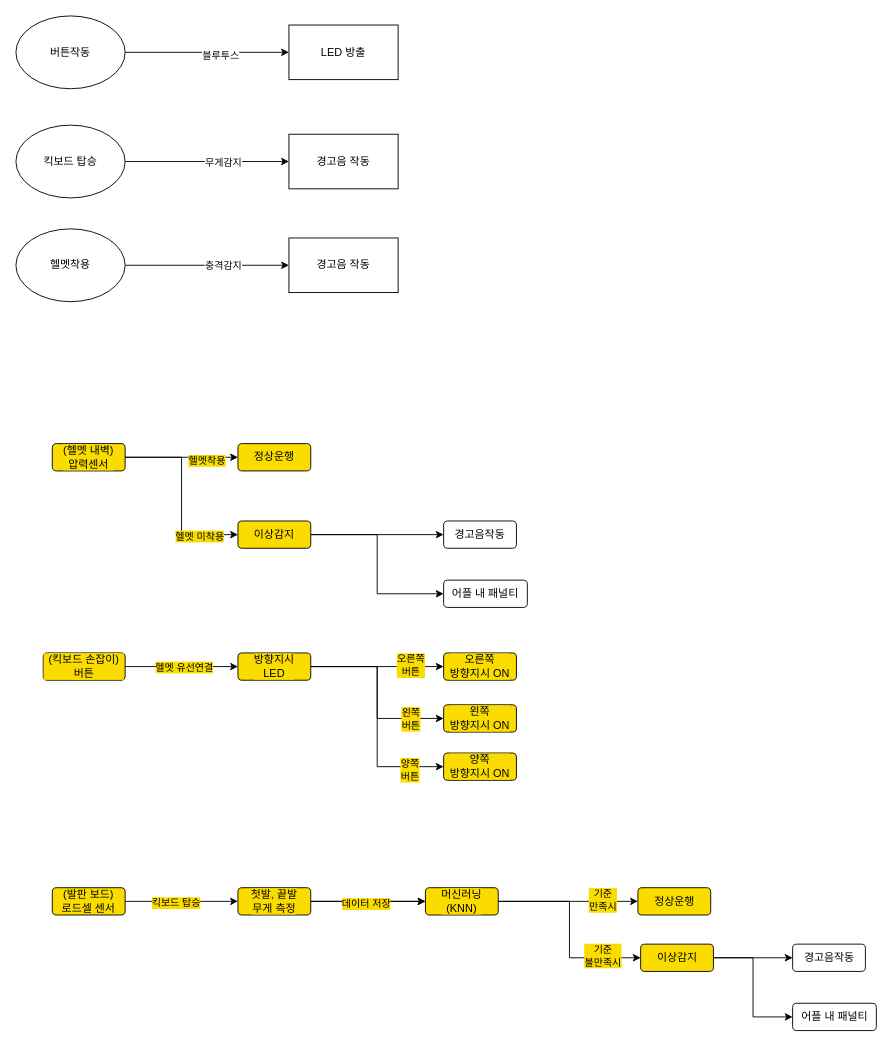
Before: 핵심프로젝트 서비스흐름도 1차.drawio in uwlsl4254/leetCode, a draw.io diagram. Source tidied: cells renumbered, new cells numbered last; positions are measured from the earlier drawing's top-left corner, leaving out a move shared by most shapes. Both pictures are drawn from the tidied source at 91%, with x=0, y=0 at pixel (15, 15).
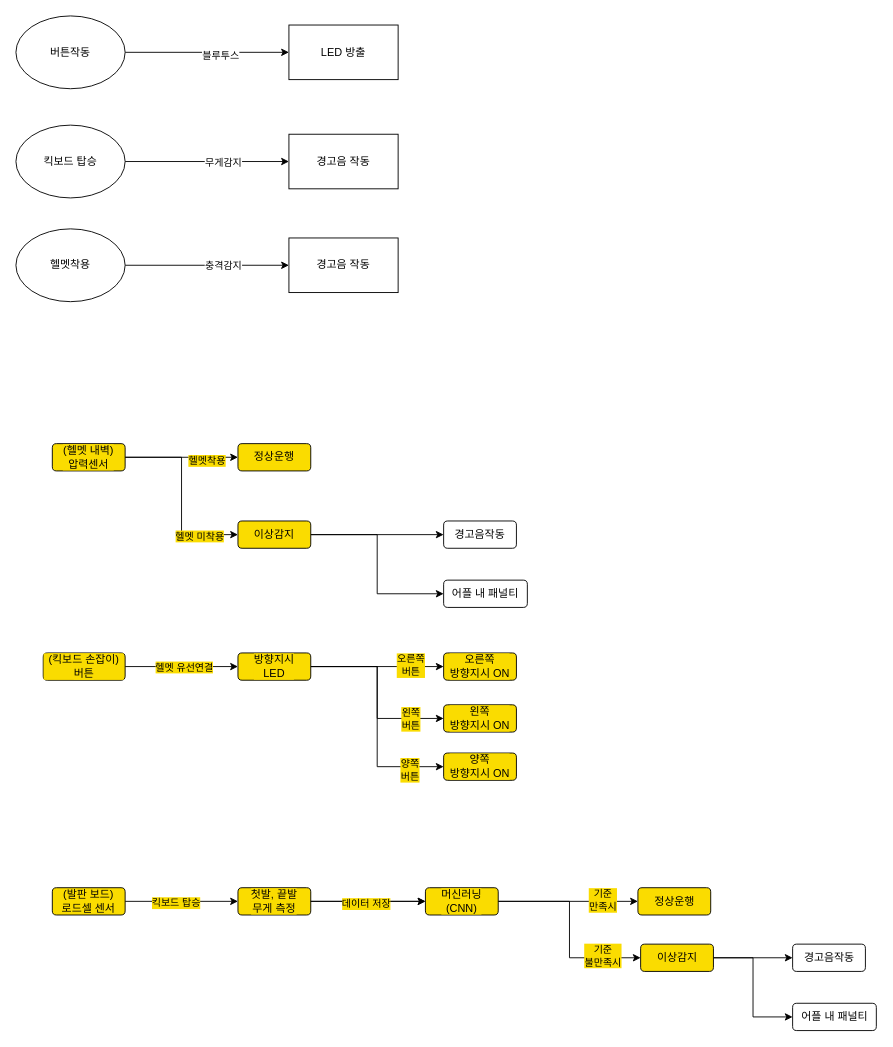
The same page after the edit.

Commit message:
핵심프로젝트 서비스흐름도 1차.drawio 업데이트

Diff of the diagram source:
```diff
@@
-    <mxCell id="55" value="머신러닝&lt;br&gt;(KNN)" style="rounded=1;whiteSpace=wrap;html=1;labelBackgroundColor=#FADC00;fillColor=#FADC00;" parent="1" vertex="1">
+    <mxCell id="55" value="머신러닝&lt;br&gt;(CNN)" style="rounded=1;whiteSpace=wrap;html=1;labelBackgroundColor=#FADC00;fillColor=#FADC00;" parent="1" vertex="1">
       <mxGeometry x="450" y="958" width="80" height="30" as="geometry" />
     </mxCell>
```
